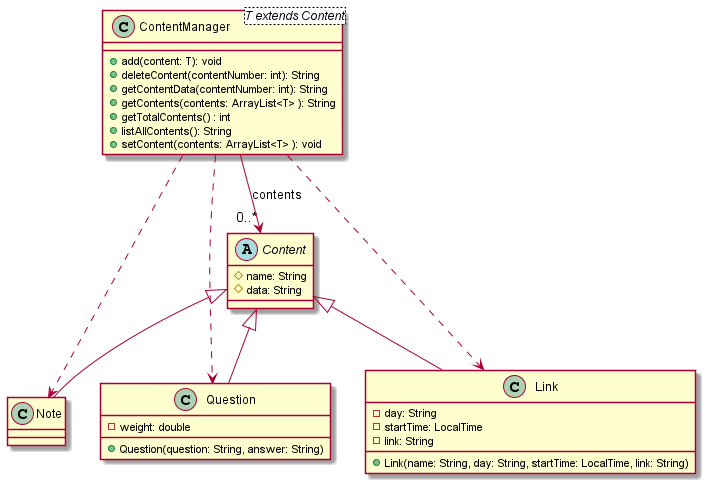
The PlantUML diagram docs/attachments/Content.png in nus-cs2113-AY2122S1/tp, before a commit.
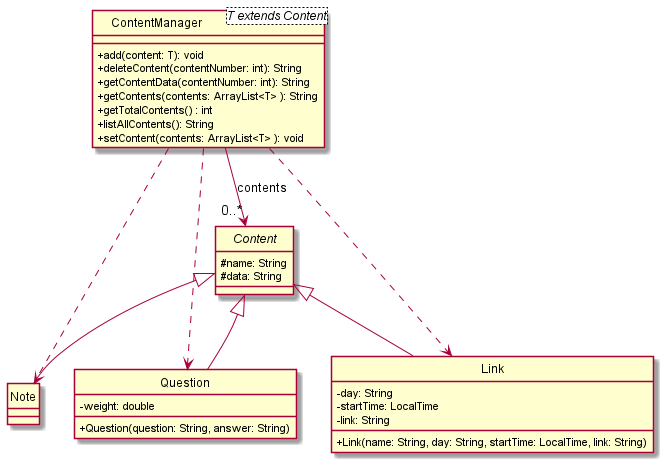
After the commit.

Commit message:
Update DG table and fix class diagrams

Change to the diagram source:
```diff
@@ -1,4 +1,6 @@
 @startuml
+skinparam classAttributeIconSize 0
+hide circle
 
 Content <|-- Note
 Content <|-- Link
@@ -21,7 +23,7 @@
   + setContent(contents: ArrayList<T> ): void
 }
 !endsub
-abstract class Content {
+abstract class "{abstract}\nContent" as Content {
   # name: String
   # data: String
 }
```
